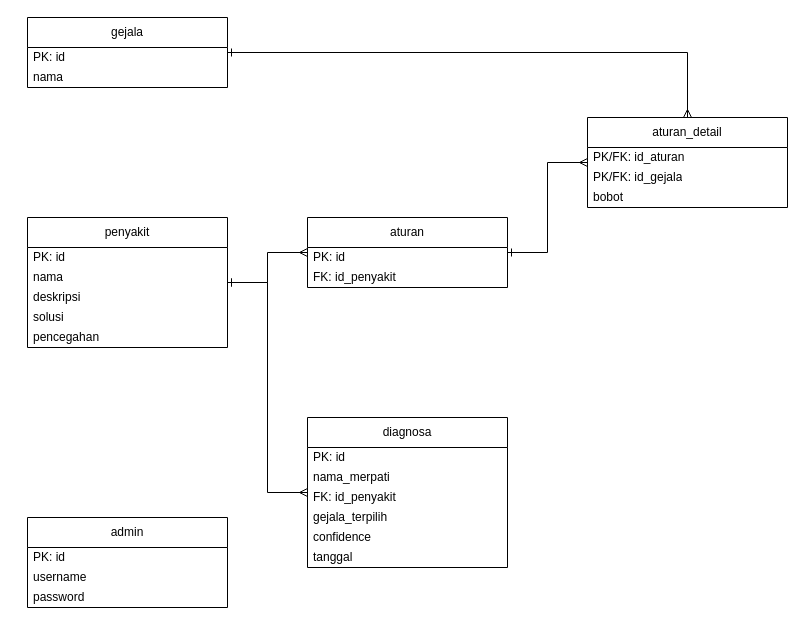
This is diagram/ERD/erd.drawio from Jinsky/Jinsky, a draw.io file, before an edit. Source tidied: cells renumbered, new cells numbered last; positions are measured from the earlier drawing's top-left corner, leaving out a move shared by most shapes. Both pictures are drawn from the tidied source at 100%, with x=0, y=0 at pixel (27, 17).
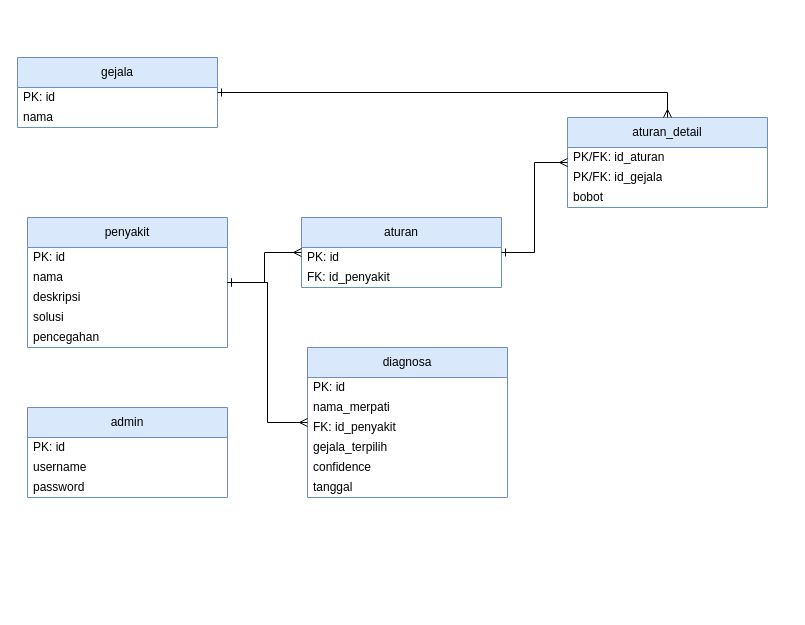
The same diagram, later.

The edit, as a diff of the source:
```diff
@@
-    <mxCell id="2" value="gejala" style="swimlane;fontStyle=0;horizontal=1;startSize=30;whiteSpace=wrap;html=1;" parent="1" vertex="1">
-      <mxGeometry width="200" height="70" as="geometry" />
+    <mxCell id="2" value="gejala" style="swimlane;fontStyle=0;horizontal=1;startSize=30;whiteSpace=wrap;html=1;fillColor=#dae8fc;strokeColor=#6c8ebf;" parent="1" vertex="1">
+      <mxGeometry x="-10" y="40" width="200" height="70" as="geometry" />
     </mxCell>
@@
-    <mxCell id="5" value="penyakit" style="swimlane;fontStyle=0;horizontal=1;startSize=30;whiteSpace=wrap;html=1;" parent="1" vertex="1">
+    <mxCell id="5" value="penyakit" style="swimlane;fontStyle=0;horizontal=1;startSize=30;whiteSpace=wrap;html=1;fillColor=#dae8fc;strokeColor=#6c8ebf;" parent="1" vertex="1">
       <mxGeometry y="200" width="200" height="130" as="geometry" />
     </mxCell>
@@
-    <mxCell id="11" value="aturan" style="swimlane;fontStyle=0;horizontal=1;startSize=30;whiteSpace=wrap;html=1;" parent="1" vertex="1">
-      <mxGeometry x="280" y="200" width="200" height="70" as="geometry" />
+    <mxCell id="11" value="&lt;span&gt;aturan&lt;/span&gt;" style="swimlane;fontStyle=0;horizontal=1;startSize=30;whiteSpace=wrap;html=1;fillColor=#dae8fc;strokeColor=#6c8ebf;" parent="1" vertex="1">
+      <mxGeometry x="274" y="200" width="200" height="70" as="geometry" />
     </mxCell>
@@
-    <mxCell id="14" value="aturan_detail" style="swimlane;fontStyle=0;horizontal=1;startSize=30;whiteSpace=wrap;html=1;" parent="1" vertex="1">
-      <mxGeometry x="560" y="100" width="200" height="90" as="geometry" />
+    <mxCell id="14" value="aturan_detail" style="swimlane;fontStyle=0;horizontal=1;startSize=30;whiteSpace=wrap;html=1;fillColor=#dae8fc;strokeColor=#6c8ebf;" parent="1" vertex="1">
+      <mxGeometry x="540" y="100" width="200" height="90" as="geometry" />
     </mxCell>
@@
-    <mxCell id="18" value="diagnosa" style="swimlane;fontStyle=0;horizontal=1;startSize=30;whiteSpace=wrap;html=1;" parent="1" vertex="1">
-      <mxGeometry x="280" y="400" width="200" height="150" as="geometry" />
+    <mxCell id="18" value="diagnosa" style="swimlane;fontStyle=0;horizontal=1;startSize=30;whiteSpace=wrap;html=1;fillColor=#dae8fc;strokeColor=#6c8ebf;" parent="1" vertex="1">
+      <mxGeometry x="280" y="330" width="200" height="150" as="geometry" />
     </mxCell>
@@
-    <mxCell id="25" value="admin" style="swimlane;fontStyle=0;horizontal=1;startSize=30;whiteSpace=wrap;html=1;" parent="1" vertex="1">
-      <mxGeometry y="500" width="200" height="90" as="geometry" />
+    <mxCell id="25" value="admin" style="swimlane;fontStyle=0;horizontal=1;startSize=30;whiteSpace=wrap;html=1;fillColor=#dae8fc;strokeColor=#6c8ebf;" parent="1" vertex="1">
+      <mxGeometry y="390" width="200" height="90" as="geometry" />
     </mxCell>
```
